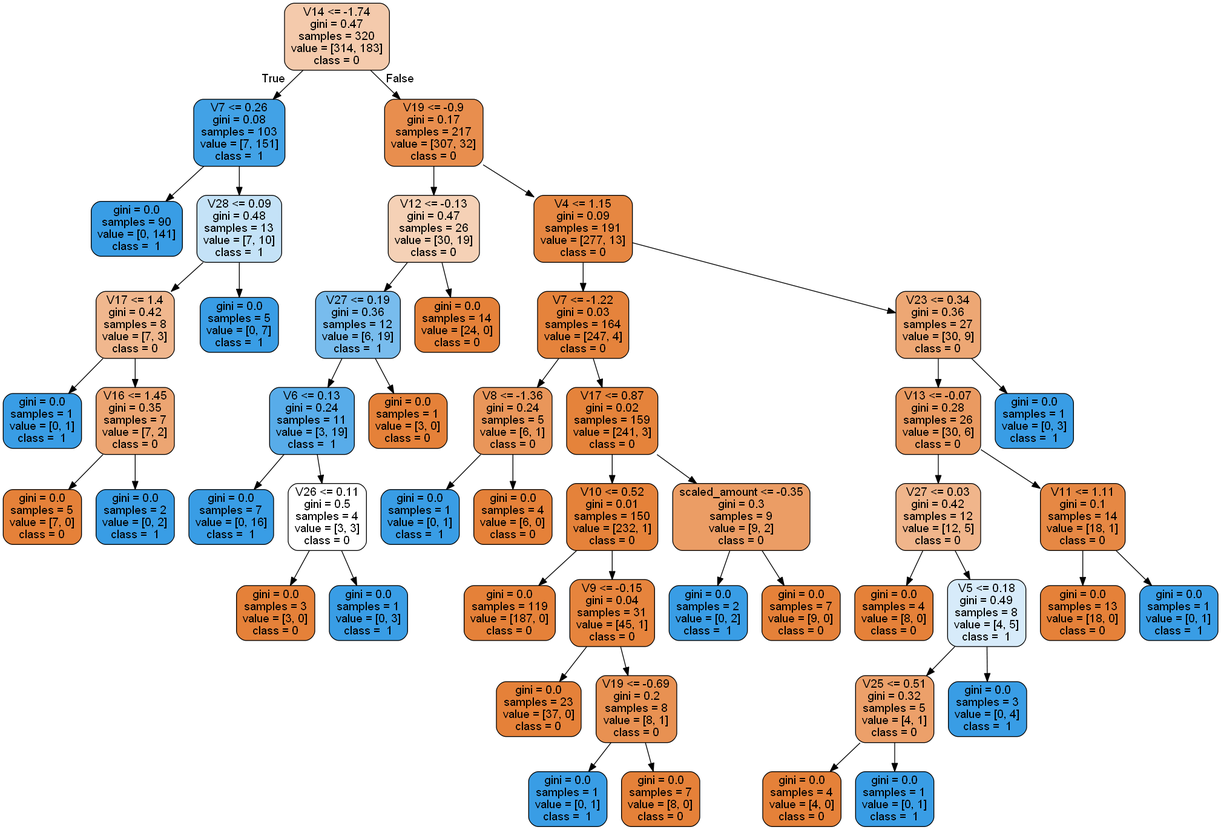
IbonGaray/Credit-Card-Fraud-Python keeps this Graphviz diagram as tree.png. Above is the earlier version. Its source is kept beside it as tree.dot. Source of this version:
```dot
digraph Tree {
node [shape=box, style="filled, rounded", color="black", fontname=helvetica] ;
edge [fontname=helvetica] ;
0 [label="V14 <= -1.74\ngini = 0.47\nsamples = 320\nvalue = [314, 183]\nclass = 0", fillcolor="#f4caac"] ;
1 [label="V7 <= 0.26\ngini = 0.08\nsamples = 103\nvalue = [7, 151]\nclass =  1", fillcolor="#42a2e6"] ;
0 -> 1 [labeldistance=2.5, labelangle=45, headlabel="True"] ;
2 [label="gini = 0.0\nsamples = 90\nvalue = [0, 141]\nclass =  1", fillcolor="#399de5"] ;
1 -> 2 ;
3 [label="V28 <= 0.09\ngini = 0.48\nsamples = 13\nvalue = [7, 10]\nclass =  1", fillcolor="#c4e2f7"] ;
1 -> 3 ;
4 [label="V17 <= 1.4\ngini = 0.42\nsamples = 8\nvalue = [7, 3]\nclass = 0", fillcolor="#f0b78e"] ;
3 -> 4 ;
5 [label="gini = 0.0\nsamples = 1\nvalue = [0, 1]\nclass =  1", fillcolor="#399de5"] ;
4 -> 5 ;
6 [label="V16 <= 1.45\ngini = 0.35\nsamples = 7\nvalue = [7, 2]\nclass = 0", fillcolor="#eca572"] ;
4 -> 6 ;
7 [label="gini = 0.0\nsamples = 5\nvalue = [7, 0]\nclass = 0", fillcolor="#e58139"] ;
6 -> 7 ;
8 [label="gini = 0.0\nsamples = 2\nvalue = [0, 2]\nclass =  1", fillcolor="#399de5"] ;
6 -> 8 ;
9 [label="gini = 0.0\nsamples = 5\nvalue = [0, 7]\nclass =  1", fillcolor="#399de5"] ;
3 -> 9 ;
10 [label="V19 <= -0.9\ngini = 0.17\nsamples = 217\nvalue = [307, 32]\nclass = 0", fillcolor="#e88e4e"] ;
0 -> 10 [labeldistance=2.5, labelangle=-45, headlabel="False"] ;
11 [label="V12 <= -0.13\ngini = 0.47\nsamples = 26\nvalue = [30, 19]\nclass = 0", fillcolor="#f5d1b6"] ;
10 -> 11 ;
12 [label="V27 <= 0.19\ngini = 0.36\nsamples = 12\nvalue = [6, 19]\nclass =  1", fillcolor="#78bced"] ;
11 -> 12 ;
13 [label="V6 <= 0.13\ngini = 0.24\nsamples = 11\nvalue = [3, 19]\nclass =  1", fillcolor="#58ace9"] ;
12 -> 13 ;
14 [label="gini = 0.0\nsamples = 7\nvalue = [0, 16]\nclass =  1", fillcolor="#399de5"] ;
13 -> 14 ;
15 [label="V26 <= 0.11\ngini = 0.5\nsamples = 4\nvalue = [3, 3]\nclass = 0", fillcolor="#ffffff"] ;
13 -> 15 ;
16 [label="gini = 0.0\nsamples = 3\nvalue = [3, 0]\nclass = 0", fillcolor="#e58139"] ;
15 -> 16 ;
17 [label="gini = 0.0\nsamples = 1\nvalue = [0, 3]\nclass =  1", fillcolor="#399de5"] ;
15 -> 17 ;
18 [label="gini = 0.0\nsamples = 1\nvalue = [3, 0]\nclass = 0", fillcolor="#e58139"] ;
12 -> 18 ;
19 [label="gini = 0.0\nsamples = 14\nvalue = [24, 0]\nclass = 0", fillcolor="#e58139"] ;
11 -> 19 ;
20 [label="V4 <= 1.15\ngini = 0.09\nsamples = 191\nvalue = [277, 13]\nclass = 0", fillcolor="#e68742"] ;
10 -> 20 ;
21 [label="V7 <= -1.22\ngini = 0.03\nsamples = 164\nvalue = [247, 4]\nclass = 0", fillcolor="#e5833c"] ;
20 -> 21 ;
22 [label="V8 <= -1.36\ngini = 0.24\nsamples = 5\nvalue = [6, 1]\nclass = 0", fillcolor="#e9965a"] ;
21 -> 22 ;
23 [label="gini = 0.0\nsamples = 1\nvalue = [0, 1]\nclass =  1", fillcolor="#399de5"] ;
22 -> 23 ;
24 [label="gini = 0.0\nsamples = 4\nvalue = [6, 0]\nclass = 0", fillcolor="#e58139"] ;
22 -> 24 ;
25 [label="V17 <= 0.87\ngini = 0.02\nsamples = 159\nvalue = [241, 3]\nclass = 0", fillcolor="#e5833b"] ;
21 -> 25 ;
26 [label="V10 <= 0.52\ngini = 0.01\nsamples = 150\nvalue = [232, 1]\nclass = 0", fillcolor="#e5823a"] ;
25 -> 26 ;
27 [label="gini = 0.0\nsamples = 119\nvalue = [187, 0]\nclass = 0", fillcolor="#e58139"] ;
26 -> 27 ;
28 [label="V9 <= -0.15\ngini = 0.04\nsamples = 31\nvalue = [45, 1]\nclass = 0", fillcolor="#e6843d"] ;
26 -> 28 ;
29 [label="gini = 0.0\nsamples = 23\nvalue = [37, 0]\nclass = 0", fillcolor="#e58139"] ;
28 -> 29 ;
30 [label="V19 <= -0.69\ngini = 0.2\nsamples = 8\nvalue = [8, 1]\nclass = 0", fillcolor="#e89152"] ;
28 -> 30 ;
31 [label="gini = 0.0\nsamples = 1\nvalue = [0, 1]\nclass =  1", fillcolor="#399de5"] ;
30 -> 31 ;
32 [label="gini = 0.0\nsamples = 7\nvalue = [8, 0]\nclass = 0", fillcolor="#e58139"] ;
30 -> 32 ;
33 [label="scaled_amount <= -0.35\ngini = 0.3\nsamples = 9\nvalue = [9, 2]\nclass = 0", fillcolor="#eb9d65"] ;
25 -> 33 ;
34 [label="gini = 0.0\nsamples = 2\nvalue = [0, 2]\nclass =  1", fillcolor="#399de5"] ;
33 -> 34 ;
35 [label="gini = 0.0\nsamples = 7\nvalue = [9, 0]\nclass = 0", fillcolor="#e58139"] ;
33 -> 35 ;
36 [label="V23 <= 0.34\ngini = 0.36\nsamples = 27\nvalue = [30, 9]\nclass = 0", fillcolor="#eda774"] ;
20 -> 36 ;
37 [label="V13 <= -0.07\ngini = 0.28\nsamples = 26\nvalue = [30, 6]\nclass = 0", fillcolor="#ea9a61"] ;
36 -> 37 ;
38 [label="V27 <= 0.03\ngini = 0.42\nsamples = 12\nvalue = [12, 5]\nclass = 0", fillcolor="#f0b58b"] ;
37 -> 38 ;
39 [label="gini = 0.0\nsamples = 4\nvalue = [8, 0]\nclass = 0", fillcolor="#e58139"] ;
38 -> 39 ;
40 [label="V5 <= 0.18\ngini = 0.49\nsamples = 8\nvalue = [4, 5]\nclass =  1", fillcolor="#d7ebfa"] ;
38 -> 40 ;
41 [label="V25 <= 0.51\ngini = 0.32\nsamples = 5\nvalue = [4, 1]\nclass = 0", fillcolor="#eca06a"] ;
40 -> 41 ;
42 [label="gini = 0.0\nsamples = 4\nvalue = [4, 0]\nclass = 0", fillcolor="#e58139"] ;
41 -> 42 ;
43 [label="gini = 0.0\nsamples = 1\nvalue = [0, 1]\nclass =  1", fillcolor="#399de5"] ;
41 -> 43 ;
44 [label="gini = 0.0\nsamples = 3\nvalue = [0, 4]\nclass =  1", fillcolor="#399de5"] ;
40 -> 44 ;
45 [label="V11 <= 1.11\ngini = 0.1\nsamples = 14\nvalue = [18, 1]\nclass = 0", fillcolor="#e68844"] ;
37 -> 45 ;
46 [label="gini = 0.0\nsamples = 13\nvalue = [18, 0]\nclass = 0", fillcolor="#e58139"] ;
45 -> 46 ;
47 [label="gini = 0.0\nsamples = 1\nvalue = [0, 1]\nclass =  1", fillcolor="#399de5"] ;
45 -> 47 ;
48 [label="gini = 0.0\nsamples = 1\nvalue = [0, 3]\nclass =  1", fillcolor="#399de5"] ;
36 -> 48 ;
}
```
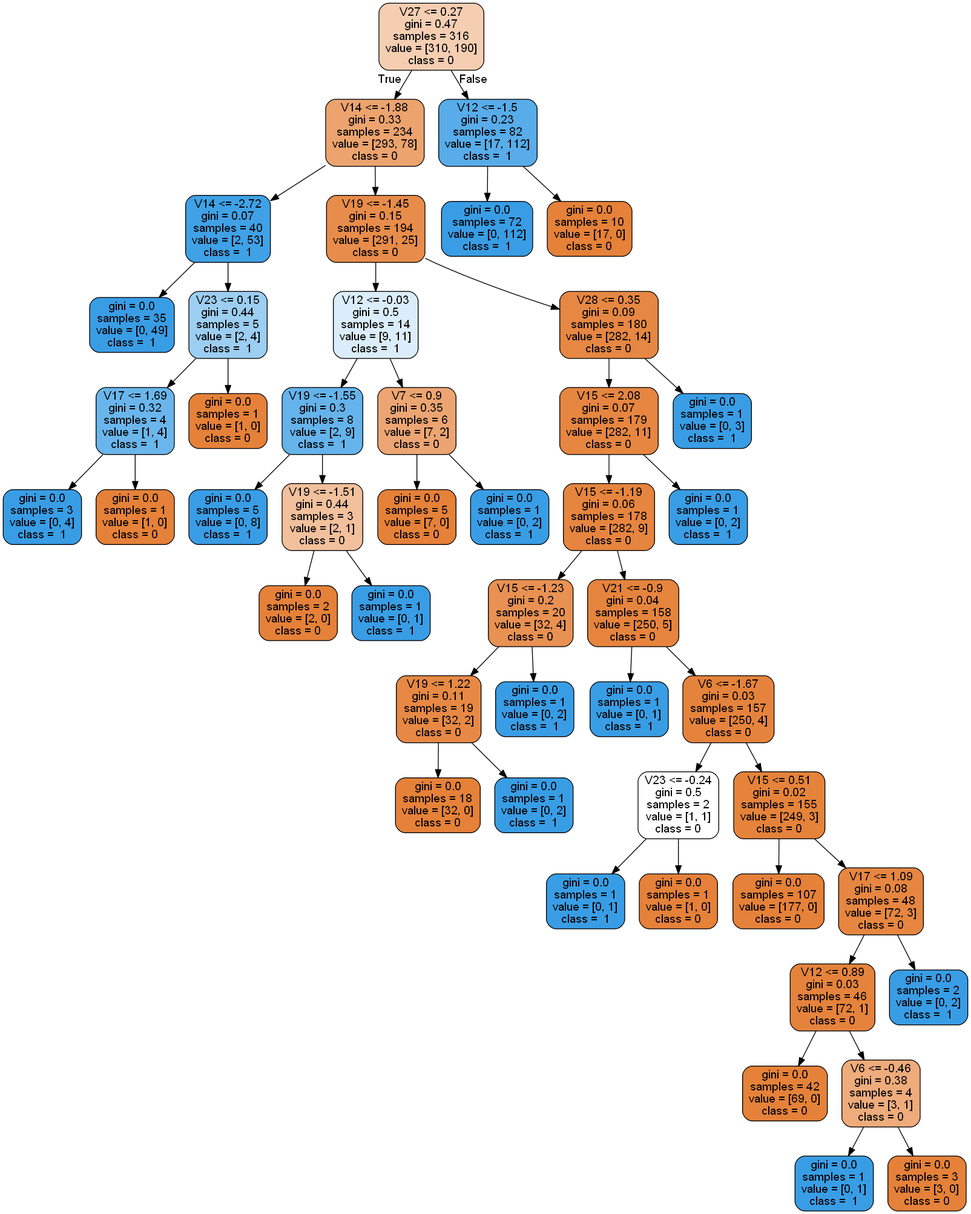
After the commit.

Diff of the diagram source:
```diff
@@ -1,101 +1,97 @@
 digraph Tree {
 node [shape=box, style="filled, rounded", color="black", fontname=helvetica] ;
 edge [fontname=helvetica] ;
-0 [label="V14 <= -1.74\ngini = 0.47\nsamples = 320\nvalue = [314, 183]\nclass = 0", fillcolor="#f4caac"] ;
-1 [label="V7 <= 0.26\ngini = 0.08\nsamples = 103\nvalue = [7, 151]\nclass =  1", fillcolor="#42a2e6"] ;
+0 [label="V27 <= 0.27\ngini = 0.47\nsamples = 316\nvalue = [310, 190]\nclass = 0", fillcolor="#f5ceb2"] ;
+1 [label="V14 <= -1.88\ngini = 0.33\nsamples = 234\nvalue = [293, 78]\nclass = 0", fillcolor="#eca36e"] ;
 0 -> 1 [labeldistance=2.5, labelangle=45, headlabel="True"] ;
-2 [label="gini = 0.0\nsamples = 90\nvalue = [0, 141]\nclass =  1", fillcolor="#399de5"] ;
+2 [label="V14 <= -2.72\ngini = 0.07\nsamples = 40\nvalue = [2, 53]\nclass =  1", fillcolor="#40a1e6"] ;
 1 -> 2 ;
-3 [label="V28 <= 0.09\ngini = 0.48\nsamples = 13\nvalue = [7, 10]\nclass =  1", fillcolor="#c4e2f7"] ;
-1 -> 3 ;
-4 [label="V17 <= 1.4\ngini = 0.42\nsamples = 8\nvalue = [7, 3]\nclass = 0", fillcolor="#f0b78e"] ;
-3 -> 4 ;
-5 [label="gini = 0.0\nsamples = 1\nvalue = [0, 1]\nclass =  1", fillcolor="#399de5"] ;
+3 [label="gini = 0.0\nsamples = 35\nvalue = [0, 49]\nclass =  1", fillcolor="#399de5"] ;
+2 -> 3 ;
+4 [label="V23 <= 0.15\ngini = 0.44\nsamples = 5\nvalue = [2, 4]\nclass =  1", fillcolor="#9ccef2"] ;
+2 -> 4 ;
+5 [label="V17 <= 1.69\ngini = 0.32\nsamples = 4\nvalue = [1, 4]\nclass =  1", fillcolor="#6ab6ec"] ;
 4 -> 5 ;
-6 [label="V16 <= 1.45\ngini = 0.35\nsamples = 7\nvalue = [7, 2]\nclass = 0", fillcolor="#eca572"] ;
-4 -> 6 ;
-7 [label="gini = 0.0\nsamples = 5\nvalue = [7, 0]\nclass = 0", fillcolor="#e58139"] ;
-6 -> 7 ;
-8 [label="gini = 0.0\nsamples = 2\nvalue = [0, 2]\nclass =  1", fillcolor="#399de5"] ;
-6 -> 8 ;
-9 [label="gini = 0.0\nsamples = 5\nvalue = [0, 7]\nclass =  1", fillcolor="#399de5"] ;
-3 -> 9 ;
-10 [label="V19 <= -0.9\ngini = 0.17\nsamples = 217\nvalue = [307, 32]\nclass = 0", fillcolor="#e88e4e"] ;
-0 -> 10 [labeldistance=2.5, labelangle=-45, headlabel="False"] ;
-11 [label="V12 <= -0.13\ngini = 0.47\nsamples = 26\nvalue = [30, 19]\nclass = 0", fillcolor="#f5d1b6"] ;
+6 [label="gini = 0.0\nsamples = 3\nvalue = [0, 4]\nclass =  1", fillcolor="#399de5"] ;
+5 -> 6 ;
+7 [label="gini = 0.0\nsamples = 1\nvalue = [1, 0]\nclass = 0", fillcolor="#e58139"] ;
+5 -> 7 ;
+8 [label="gini = 0.0\nsamples = 1\nvalue = [1, 0]\nclass = 0", fillcolor="#e58139"] ;
+4 -> 8 ;
+9 [label="V19 <= -1.45\ngini = 0.15\nsamples = 194\nvalue = [291, 25]\nclass = 0", fillcolor="#e78c4a"] ;
+1 -> 9 ;
+10 [label="V12 <= -0.03\ngini = 0.5\nsamples = 14\nvalue = [9, 11]\nclass =  1", fillcolor="#dbedfa"] ;
+9 -> 10 ;
+11 [label="V19 <= -1.55\ngini = 0.3\nsamples = 8\nvalue = [2, 9]\nclass =  1", fillcolor="#65b3eb"] ;
 10 -> 11 ;
-12 [label="V27 <= 0.19\ngini = 0.36\nsamples = 12\nvalue = [6, 19]\nclass =  1", fillcolor="#78bced"] ;
+12 [label="gini = 0.0\nsamples = 5\nvalue = [0, 8]\nclass =  1", fillcolor="#399de5"] ;
 11 -> 12 ;
-13 [label="V6 <= 0.13\ngini = 0.24\nsamples = 11\nvalue = [3, 19]\nclass =  1", fillcolor="#58ace9"] ;
-12 -> 13 ;
-14 [label="gini = 0.0\nsamples = 7\nvalue = [0, 16]\nclass =  1", fillcolor="#399de5"] ;
+13 [label="V19 <= -1.51\ngini = 0.44\nsamples = 3\nvalue = [2, 1]\nclass = 0", fillcolor="#f2c09c"] ;
+11 -> 13 ;
+14 [label="gini = 0.0\nsamples = 2\nvalue = [2, 0]\nclass = 0", fillcolor="#e58139"] ;
 13 -> 14 ;
-15 [label="V26 <= 0.11\ngini = 0.5\nsamples = 4\nvalue = [3, 3]\nclass = 0", fillcolor="#ffffff"] ;
+15 [label="gini = 0.0\nsamples = 1\nvalue = [0, 1]\nclass =  1", fillcolor="#399de5"] ;
 13 -> 15 ;
-16 [label="gini = 0.0\nsamples = 3\nvalue = [3, 0]\nclass = 0", fillcolor="#e58139"] ;
-15 -> 16 ;
-17 [label="gini = 0.0\nsamples = 1\nvalue = [0, 3]\nclass =  1", fillcolor="#399de5"] ;
-15 -> 17 ;
-18 [label="gini = 0.0\nsamples = 1\nvalue = [3, 0]\nclass = 0", fillcolor="#e58139"] ;
-12 -> 18 ;
-19 [label="gini = 0.0\nsamples = 14\nvalue = [24, 0]\nclass = 0", fillcolor="#e58139"] ;
-11 -> 19 ;
-20 [label="V4 <= 1.15\ngini = 0.09\nsamples = 191\nvalue = [277, 13]\nclass = 0", fillcolor="#e68742"] ;
-10 -> 20 ;
-21 [label="V7 <= -1.22\ngini = 0.03\nsamples = 164\nvalue = [247, 4]\nclass = 0", fillcolor="#e5833c"] ;
+16 [label="V7 <= 0.9\ngini = 0.35\nsamples = 6\nvalue = [7, 2]\nclass = 0", fillcolor="#eca572"] ;
+10 -> 16 ;
+17 [label="gini = 0.0\nsamples = 5\nvalue = [7, 0]\nclass = 0", fillcolor="#e58139"] ;
+16 -> 17 ;
+18 [label="gini = 0.0\nsamples = 1\nvalue = [0, 2]\nclass =  1", fillcolor="#399de5"] ;
+16 -> 18 ;
+19 [label="V28 <= 0.35\ngini = 0.09\nsamples = 180\nvalue = [282, 14]\nclass = 0", fillcolor="#e68743"] ;
+9 -> 19 ;
+20 [label="V15 <= 2.08\ngini = 0.07\nsamples = 179\nvalue = [282, 11]\nclass = 0", fillcolor="#e68641"] ;
+19 -> 20 ;
+21 [label="V15 <= -1.19\ngini = 0.06\nsamples = 178\nvalue = [282, 9]\nclass = 0", fillcolor="#e6853f"] ;
 20 -> 21 ;
-22 [label="V8 <= -1.36\ngini = 0.24\nsamples = 5\nvalue = [6, 1]\nclass = 0", fillcolor="#e9965a"] ;
+22 [label="V15 <= -1.23\ngini = 0.2\nsamples = 20\nvalue = [32, 4]\nclass = 0", fillcolor="#e89152"] ;
 21 -> 22 ;
-23 [label="gini = 0.0\nsamples = 1\nvalue = [0, 1]\nclass =  1", fillcolor="#399de5"] ;
+23 [label="V19 <= 1.22\ngini = 0.11\nsamples = 19\nvalue = [32, 2]\nclass = 0", fillcolor="#e78945"] ;
 22 -> 23 ;
-24 [label="gini = 0.0\nsamples = 4\nvalue = [6, 0]\nclass = 0", fillcolor="#e58139"] ;
-22 -> 24 ;
-25 [label="V17 <= 0.87\ngini = 0.02\nsamples = 159\nvalue = [241, 3]\nclass = 0", fillcolor="#e5833b"] ;
-21 -> 25 ;
-26 [label="V10 <= 0.52\ngini = 0.01\nsamples = 150\nvalue = [232, 1]\nclass = 0", fillcolor="#e5823a"] ;
-25 -> 26 ;
-27 [label="gini = 0.0\nsamples = 119\nvalue = [187, 0]\nclass = 0", fillcolor="#e58139"] ;
-26 -> 27 ;
-28 [label="V9 <= -0.15\ngini = 0.04\nsamples = 31\nvalue = [45, 1]\nclass = 0", fillcolor="#e6843d"] ;
-26 -> 28 ;
-29 [label="gini = 0.0\nsamples = 23\nvalue = [37, 0]\nclass = 0", fillcolor="#e58139"] ;
-28 -> 29 ;
-30 [label="V19 <= -0.69\ngini = 0.2\nsamples = 8\nvalue = [8, 1]\nclass = 0", fillcolor="#e89152"] ;
-28 -> 30 ;
+24 [label="gini = 0.0\nsamples = 18\nvalue = [32, 0]\nclass = 0", fillcolor="#e58139"] ;
+23 -> 24 ;
+25 [label="gini = 0.0\nsamples = 1\nvalue = [0, 2]\nclass =  1", fillcolor="#399de5"] ;
+23 -> 25 ;
+26 [label="gini = 0.0\nsamples = 1\nvalue = [0, 2]\nclass =  1", fillcolor="#399de5"] ;
+22 -> 26 ;
+27 [label="V21 <= -0.9\ngini = 0.04\nsamples = 158\nvalue = [250, 5]\nclass = 0", fillcolor="#e6843d"] ;
+21 -> 27 ;
+28 [label="gini = 0.0\nsamples = 1\nvalue = [0, 1]\nclass =  1", fillcolor="#399de5"] ;
+27 -> 28 ;
+29 [label="V6 <= -1.67\ngini = 0.03\nsamples = 157\nvalue = [250, 4]\nclass = 0", fillcolor="#e5833c"] ;
+27 -> 29 ;
+30 [label="V23 <= -0.24\ngini = 0.5\nsamples = 2\nvalue = [1, 1]\nclass = 0", fillcolor="#ffffff"] ;
+29 -> 30 ;
 31 [label="gini = 0.0\nsamples = 1\nvalue = [0, 1]\nclass =  1", fillcolor="#399de5"] ;
 30 -> 31 ;
-32 [label="gini = 0.0\nsamples = 7\nvalue = [8, 0]\nclass = 0", fillcolor="#e58139"] ;
+32 [label="gini = 0.0\nsamples = 1\nvalue = [1, 0]\nclass = 0", fillcolor="#e58139"] ;
 30 -> 32 ;
-33 [label="scaled_amount <= -0.35\ngini = 0.3\nsamples = 9\nvalue = [9, 2]\nclass = 0", fillcolor="#eb9d65"] ;
-25 -> 33 ;
-34 [label="gini = 0.0\nsamples = 2\nvalue = [0, 2]\nclass =  1", fillcolor="#399de5"] ;
+33 [label="V15 <= 0.51\ngini = 0.02\nsamples = 155\nvalue = [249, 3]\nclass = 0", fillcolor="#e5833b"] ;
+29 -> 33 ;
+34 [label="gini = 0.0\nsamples = 107\nvalue = [177, 0]\nclass = 0", fillcolor="#e58139"] ;
 33 -> 34 ;
-35 [label="gini = 0.0\nsamples = 7\nvalue = [9, 0]\nclass = 0", fillcolor="#e58139"] ;
+35 [label="V17 <= 1.09\ngini = 0.08\nsamples = 48\nvalue = [72, 3]\nclass = 0", fillcolor="#e68641"] ;
 33 -> 35 ;
-36 [label="V23 <= 0.34\ngini = 0.36\nsamples = 27\nvalue = [30, 9]\nclass = 0", fillcolor="#eda774"] ;
-20 -> 36 ;
-37 [label="V13 <= -0.07\ngini = 0.28\nsamples = 26\nvalue = [30, 6]\nclass = 0", fillcolor="#ea9a61"] ;
+36 [label="V12 <= 0.89\ngini = 0.03\nsamples = 46\nvalue = [72, 1]\nclass = 0", fillcolor="#e5833c"] ;
+35 -> 36 ;
+37 [label="gini = 0.0\nsamples = 42\nvalue = [69, 0]\nclass = 0", fillcolor="#e58139"] ;
 36 -> 37 ;
-38 [label="V27 <= 0.03\ngini = 0.42\nsamples = 12\nvalue = [12, 5]\nclass = 0", fillcolor="#f0b58b"] ;
-37 -> 38 ;
-39 [label="gini = 0.0\nsamples = 4\nvalue = [8, 0]\nclass = 0", fillcolor="#e58139"] ;
+38 [label="V6 <= -0.46\ngini = 0.38\nsamples = 4\nvalue = [3, 1]\nclass = 0", fillcolor="#eeab7b"] ;
+36 -> 38 ;
+39 [label="gini = 0.0\nsamples = 1\nvalue = [0, 1]\nclass =  1", fillcolor="#399de5"] ;
 38 -> 39 ;
-40 [label="V5 <= 0.18\ngini = 0.49\nsamples = 8\nvalue = [4, 5]\nclass =  1", fillcolor="#d7ebfa"] ;
+40 [label="gini = 0.0\nsamples = 3\nvalue = [3, 0]\nclass = 0", fillcolor="#e58139"] ;
 38 -> 40 ;
-41 [label="V25 <= 0.51\ngini = 0.32\nsamples = 5\nvalue = [4, 1]\nclass = 0", fillcolor="#eca06a"] ;
-40 -> 41 ;
-42 [label="gini = 0.0\nsamples = 4\nvalue = [4, 0]\nclass = 0", fillcolor="#e58139"] ;
-41 -> 42 ;
-43 [label="gini = 0.0\nsamples = 1\nvalue = [0, 1]\nclass =  1", fillcolor="#399de5"] ;
-41 -> 43 ;
-44 [label="gini = 0.0\nsamples = 3\nvalue = [0, 4]\nclass =  1", fillcolor="#399de5"] ;
-40 -> 44 ;
-45 [label="V11 <= 1.11\ngini = 0.1\nsamples = 14\nvalue = [18, 1]\nclass = 0", fillcolor="#e68844"] ;
-37 -> 45 ;
-46 [label="gini = 0.0\nsamples = 13\nvalue = [18, 0]\nclass = 0", fillcolor="#e58139"] ;
-45 -> 46 ;
-47 [label="gini = 0.0\nsamples = 1\nvalue = [0, 1]\nclass =  1", fillcolor="#399de5"] ;
-45 -> 47 ;
-48 [label="gini = 0.0\nsamples = 1\nvalue = [0, 3]\nclass =  1", fillcolor="#399de5"] ;
-36 -> 48 ;
+41 [label="gini = 0.0\nsamples = 2\nvalue = [0, 2]\nclass =  1", fillcolor="#399de5"] ;
+35 -> 41 ;
+42 [label="gini = 0.0\nsamples = 1\nvalue = [0, 2]\nclass =  1", fillcolor="#399de5"] ;
+20 -> 42 ;
+43 [label="gini = 0.0\nsamples = 1\nvalue = [0, 3]\nclass =  1", fillcolor="#399de5"] ;
+19 -> 43 ;
+44 [label="V12 <= -1.5\ngini = 0.23\nsamples = 82\nvalue = [17, 112]\nclass =  1", fillcolor="#57ace9"] ;
+0 -> 44 [labeldistance=2.5, labelangle=-45, headlabel="False"] ;
+45 [label="gini = 0.0\nsamples = 72\nvalue = [0, 112]\nclass =  1", fillcolor="#399de5"] ;
+44 -> 45 ;
+46 [label="gini = 0.0\nsamples = 10\nvalue = [17, 0]\nclass = 0", fillcolor="#e58139"] ;
+44 -> 46 ;
 }
```
